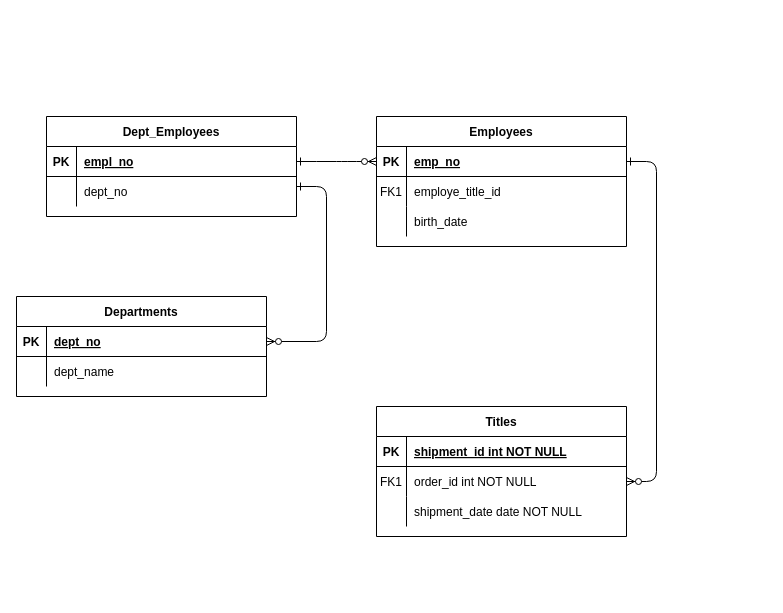
Above: sql-challenge.drawio in loriandler/sql-challenge (draw.io), before the change. Source tidied: cells renumbered, new cells numbered last; positions are measured from the earlier drawing's top-left corner, leaving out a move shared by most shapes. Both pictures are drawn from the tidied source at 100%, with x=0, y=0 at pixel (16, 116).
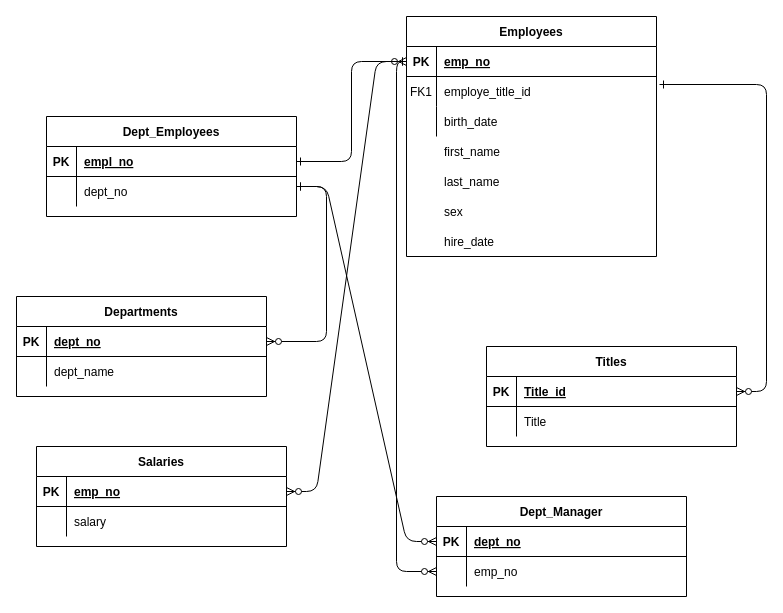
The same diagram, later.

The change refers to these unchanged cells:
```xml
<mxCell id="5" style="shape=partialRectangle;fillColor=none;points=[[0,0.5],[1,0.5]];portConstraint=eastwest;top=0;left=0;right=0;bottom=1;" parent="4" vertex="1">
  <mxGeometry y="30" width="250" height="30" as="geometry" />
</mxCell>
<mxCell id="8" style="shape=partialRectangle;fillColor=none;points=[[0,0.5],[1,0.5]];portConstraint=eastwest;top=0;left=0;right=0;bottom=0;" parent="4" vertex="1">
  <mxGeometry y="60" width="250" height="30" as="geometry" />
</mxCell>
<mxCell id="15" style="shape=partialRectangle;fillColor=none;points=[[0,0.5],[1,0.5]];portConstraint=eastwest;top=0;left=0;right=0;bottom=1;" parent="14" vertex="1">
  <mxGeometry y="30" width="250" height="30" as="geometry" />
</mxCell>
<mxCell id="18" style="shape=partialRectangle;fillColor=none;points=[[0,0.5],[1,0.5]];portConstraint=eastwest;top=0;left=0;right=0;bottom=0;" parent="14" vertex="1">
  <mxGeometry y="60" width="250" height="30" as="geometry" />
</mxCell>
<mxCell id="25" style="shape=partialRectangle;fillColor=none;points=[[0,0.5],[1,0.5]];portConstraint=eastwest;top=0;left=0;right=0;bottom=1;" parent="24" vertex="1">
  <mxGeometry y="30" width="250" height="30" as="geometry" />
</mxCell>
```

The edit, as a diff of the source:
```diff
@@
-    <mxCell id="2" style="edgeStyle=entityRelationEdgeStyle;endArrow=ERzeroToMany;startArrow=ERone;endFill=1;startFill=0;entryX=0;entryY=0.5;entryDx=0;entryDy=0;" parent="1" edge="1" source="25" target="5">
+    <mxCell id="2" style="edgeStyle=orthogonalEdgeStyle;endArrow=ERzeroToMany;startArrow=ERone;endFill=1;startFill=0;entryX=0;entryY=0.5;entryDx=0;entryDy=0;" parent="1" edge="1" source="25" target="5">
       <mxGeometry relative="1" as="geometry" />
     </mxCell>
-    <mxCell id="3" style="edgeStyle=entityRelationEdgeStyle;endArrow=ERzeroToMany;startArrow=ERone;endFill=1;startFill=0;" parent="1" edge="1" source="5" target="18">
-      <mxGeometry relative="1" as="geometry" />
+    <mxCell id="3" style="edgeStyle=orthogonalEdgeStyle;endArrow=ERzeroToMany;startArrow=ERone;endFill=1;startFill=0;exitX=1.012;exitY=0.267;exitDx=0;exitDy=0;exitPerimeter=0;entryX=1;entryY=0.5;entryDx=0;entryDy=0;" parent="1" edge="1" source="8" target="15">
+      <mxGeometry relative="1" as="geometry">
+        <Array as="points">
+          <mxPoint x="750" y="-32" />
+          <mxPoint x="750" y="275" />
+        </Array>
+      </mxGeometry>
     </mxCell>
     <mxCell id="4" value="Employees" style="shape=table;startSize=30;childLayout=tableLayout;rowLines=0;fontStyle=1;align=center;" parent="1" vertex="1">
-      <mxGeometry x="360" width="250" height="130" as="geometry" />
+      <mxGeometry x="390" y="-100" width="250" height="240" as="geometry" />
     </mxCell>
@@
     <mxCell id="14" value="Titles" style="shape=table;startSize=30;childLayout=tableLayout;rowLines=0;fontStyle=1;align=center;" parent="1" vertex="1">
-      <mxGeometry x="360" y="290" width="250" height="130" as="geometry" />
+      <mxGeometry x="470" y="230" width="250" height="100" as="geometry" />
     </mxCell>
@@
-    <mxCell id="17" value="shipment_id int NOT NULL " style="shape=partialRectangle;overflow=hidden;fillColor=none;top=0;left=0;bottom=0;right=0;align=left;spacingLeft=6;fontStyle=5;" parent="15" vertex="1">
+    <mxCell id="17" value="Title_id" style="shape=partialRectangle;overflow=hidden;fillColor=none;top=0;left=0;bottom=0;right=0;align=left;spacingLeft=6;fontStyle=5;" parent="15" vertex="1">
       <mxGeometry x="30" width="220" height="30" as="geometry" />
     </mxCell>
@@
-    <mxCell id="19" value="FK1" style="shape=partialRectangle;overflow=hidden;fillColor=none;top=0;left=0;bottom=0;right=0;" parent="18" vertex="1">
+    <mxCell id="19" style="shape=partialRectangle;overflow=hidden;fillColor=none;top=0;left=0;bottom=0;right=0;" parent="18" vertex="1">
       <mxGeometry width="30" height="30" as="geometry" />
     </mxCell>
-    <mxCell id="20" value="order_id int NOT NULL" style="shape=partialRectangle;overflow=hidden;fillColor=none;top=0;left=0;bottom=0;right=0;align=left;spacingLeft=6;" parent="18" vertex="1">
+    <mxCell id="20" value="Title" style="shape=partialRectangle;overflow=hidden;fillColor=none;top=0;left=0;bottom=0;right=0;align=left;spacingLeft=6;" parent="18" vertex="1">
       <mxGeometry x="30" width="220" height="30" as="geometry" />
     </mxCell>
-    <mxCell id="21" style="shape=partialRectangle;fillColor=none;top=0;left=0;right=0;bottom=0;" parent="14" vertex="1">
-      <mxGeometry y="90" width="250" height="30" as="geometry" />
-    </mxCell>
-    <mxCell id="22" style="shape=partialRectangle;overflow=hidden;fillColor=none;top=0;left=0;bottom=0;right=0;" parent="21" vertex="1">
-      <mxGeometry width="30" height="30" as="geometry" />
-    </mxCell>
-    <mxCell id="23" value="shipment_date date NOT NULL" style="shape=partialRectangle;overflow=hidden;fillColor=none;top=0;left=0;bottom=0;right=0;align=left;spacingLeft=6;" parent="21" vertex="1">
-      <mxGeometry x="30" width="220" height="30" as="geometry" />
-    </mxCell>
@@
+    <mxCell id="39" value="first_name" style="shape=partialRectangle;overflow=hidden;fillColor=none;top=0;left=0;bottom=0;right=0;align=left;spacingLeft=6;" parent="1" vertex="1">
+      <mxGeometry x="420" y="20" width="220" height="30" as="geometry" />
+    </mxCell>
+    <mxCell id="40" value="Salaries" style="shape=table;startSize=30;childLayout=tableLayout;rowLines=0;fontStyle=1;align=center;" parent="1" vertex="1">
+      <mxGeometry x="20" y="330" width="250" height="100" as="geometry" />
+    </mxCell>
+    <mxCell id="41" style="shape=partialRectangle;fillColor=none;points=[[0,0.5],[1,0.5]];portConstraint=eastwest;top=0;left=0;right=0;bottom=1;" parent="40" vertex="1">
+      <mxGeometry y="30" width="250" height="30" as="geometry" />
+    </mxCell>
+    <mxCell id="42" value="PK" style="shape=partialRectangle;overflow=hidden;fillColor=none;top=0;left=0;bottom=0;right=0;fontStyle=1;" parent="41" vertex="1">
+      <mxGeometry width="30" height="30" as="geometry" />
+    </mxCell>
+    <mxCell id="43" value="emp_no" style="shape=partialRectangle;overflow=hidden;fillColor=none;top=0;left=0;bottom=0;right=0;align=left;spacingLeft=6;fontStyle=5;" parent="41" vertex="1">
+      <mxGeometry x="30" width="220" height="30" as="geometry" />
+    </mxCell>
+    <mxCell id="44" style="shape=partialRectangle;fillColor=none;top=0;left=0;right=0;bottom=0;" parent="40" vertex="1">
+      <mxGeometry y="60" width="250" height="30" as="geometry" />
+    </mxCell>
+    <mxCell id="45" style="shape=partialRectangle;overflow=hidden;fillColor=none;top=0;left=0;bottom=0;right=0;" parent="44" vertex="1">
+      <mxGeometry width="30" height="30" as="geometry" />
+    </mxCell>
+    <mxCell id="46" value="salary" style="shape=partialRectangle;overflow=hidden;fillColor=none;top=0;left=0;bottom=0;right=0;align=left;spacingLeft=6;" parent="44" vertex="1">
+      <mxGeometry x="30" width="220" height="30" as="geometry" />
+    </mxCell>
+    <mxCell id="47" value="last_name" style="shape=partialRectangle;overflow=hidden;fillColor=none;top=0;left=0;bottom=0;right=0;align=left;spacingLeft=6;" parent="1" vertex="1">
+      <mxGeometry x="420" y="50" width="220" height="30" as="geometry" />
+    </mxCell>
+    <mxCell id="48" value="sex" style="shape=partialRectangle;overflow=hidden;fillColor=none;top=0;left=0;bottom=0;right=0;align=left;spacingLeft=6;" parent="1" vertex="1">
+      <mxGeometry x="420" y="80" width="220" height="30" as="geometry" />
+    </mxCell>
+    <mxCell id="49" value="hire_date" style="shape=partialRectangle;overflow=hidden;fillColor=none;top=0;left=0;bottom=0;right=0;align=left;spacingLeft=6;" parent="1" vertex="1">
+      <mxGeometry x="420" y="110" width="220" height="30" as="geometry" />
+    </mxCell>
+    <mxCell id="50" style="edgeStyle=entityRelationEdgeStyle;endArrow=ERzeroToMany;startArrow=ERone;endFill=1;startFill=0;entryX=1;entryY=0.5;entryDx=0;entryDy=0;exitX=0;exitY=0.5;exitDx=0;exitDy=0;" parent="1" edge="1" source="5" target="41">
+      <mxGeometry relative="1" as="geometry">
+        <Array as="points">
+          <mxPoint x="280" y="105" />
+        </Array>
+      </mxGeometry>
+    </mxCell>
+    <mxCell id="51" value="Dept_Manager" style="shape=table;startSize=30;childLayout=tableLayout;rowLines=0;fontStyle=1;align=center;" parent="1" vertex="1">
+      <mxGeometry x="420" y="380" width="250" height="100" as="geometry" />
+    </mxCell>
+    <mxCell id="52" style="shape=partialRectangle;fillColor=none;points=[[0,0.5],[1,0.5]];portConstraint=eastwest;top=0;left=0;right=0;bottom=1;" parent="51" vertex="1">
+      <mxGeometry y="30" width="250" height="30" as="geometry" />
+    </mxCell>
+    <mxCell id="53" value="PK" style="shape=partialRectangle;overflow=hidden;fillColor=none;top=0;left=0;bottom=0;right=0;fontStyle=1;" parent="52" vertex="1">
+      <mxGeometry width="30" height="30" as="geometry" />
+    </mxCell>
+    <mxCell id="54" value="dept_no" style="shape=partialRectangle;overflow=hidden;fillColor=none;top=0;left=0;bottom=0;right=0;align=left;spacingLeft=6;fontStyle=5;" parent="52" vertex="1">
+      <mxGeometry x="30" width="220" height="30" as="geometry" />
+    </mxCell>
+    <mxCell id="55" style="shape=partialRectangle;fillColor=none;points=[[0,0.5],[1,0.5]];portConstraint=eastwest;top=0;left=0;right=0;bottom=0;" parent="51" vertex="1">
+      <mxGeometry y="60" width="250" height="30" as="geometry" />
+    </mxCell>
+    <mxCell id="56" style="shape=partialRectangle;overflow=hidden;fillColor=none;top=0;left=0;bottom=0;right=0;" parent="55" vertex="1">
+      <mxGeometry width="30" height="30" as="geometry" />
+    </mxCell>
+    <mxCell id="57" value="emp_no" style="shape=partialRectangle;overflow=hidden;fillColor=none;top=0;left=0;bottom=0;right=0;align=left;spacingLeft=6;" parent="55" vertex="1">
+      <mxGeometry x="30" width="220" height="30" as="geometry" />
+    </mxCell>
+    <mxCell id="58" style="edgeStyle=orthogonalEdgeStyle;endArrow=ERzeroToMany;startArrow=ERone;endFill=1;startFill=0;exitX=0;exitY=0.5;exitDx=0;exitDy=0;entryX=0;entryY=0.5;entryDx=0;entryDy=0;" parent="1" edge="1" source="5" target="55">
+      <mxGeometry relative="1" as="geometry" />
+    </mxCell>
+    <mxCell id="59" style="edgeStyle=entityRelationEdgeStyle;endArrow=ERzeroToMany;startArrow=ERone;endFill=1;startFill=0;entryX=0;entryY=0.5;entryDx=0;entryDy=0;" parent="1" edge="1" target="52">
+      <mxGeometry relative="1" as="geometry">
+        <mxPoint x="280" y="70" as="sourcePoint" />
+        <Array as="points">
+          <mxPoint x="280" y="105" />
+        </Array>
+      </mxGeometry>
+    </mxCell>
```
